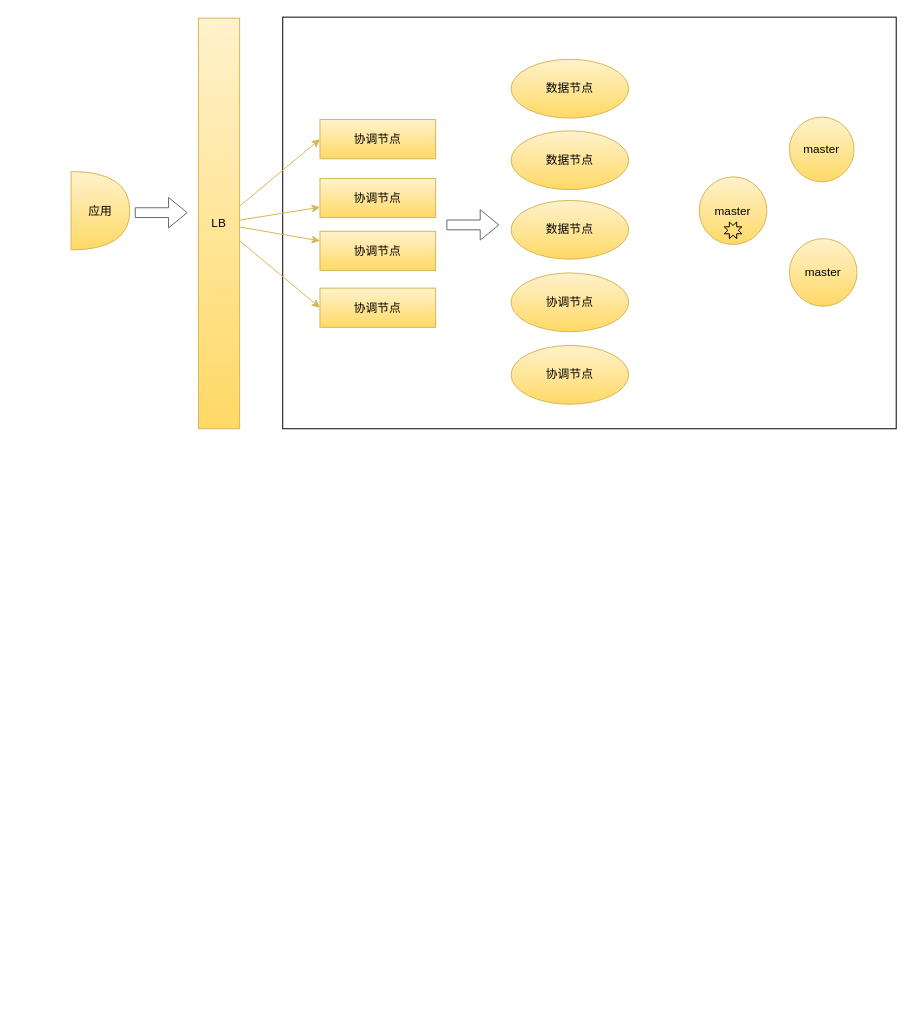
Before: docs/52、elasticsearch/6-1、elasticsearch管理与调优/协调节点扩展部署图.drawio in ZaynJiang/ZaynJiang.github.io, a draw.io diagram. Source tidied: cells renumbered, new cells numbered last; positions are measured from the earlier drawing's top-left corner, leaving out a move shared by most shapes. Both pictures are drawn from the tidied source at 98%, with x=0, y=0 at pixel (71, 17).
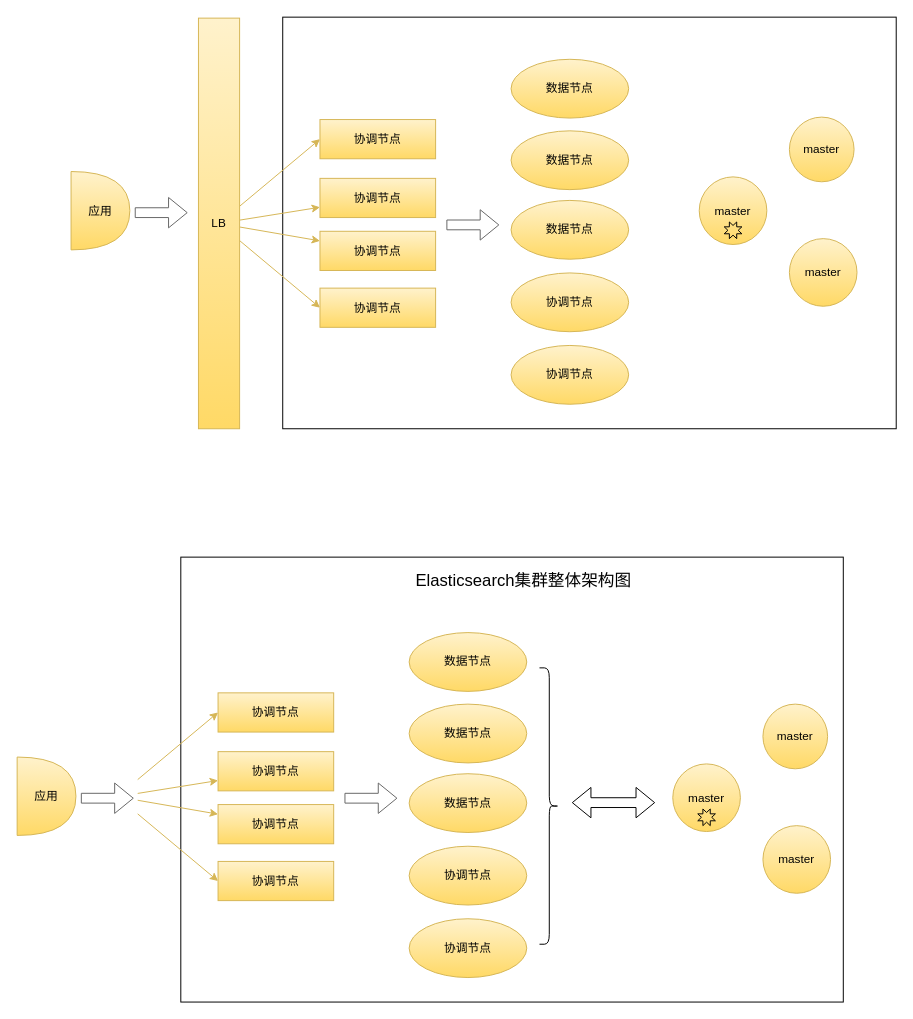
After the change.

The edit, as a diff of the source:
```diff
@@
+    <mxCell id="25" style="rounded=0;whiteSpace=wrap;html=1;fontColor=#000000;fillColor=none;strokeColor=#000000;" parent="1" vertex="1">
+      <mxGeometry x="112" y="551" width="676" height="454" as="geometry" />
+    </mxCell>
+    <mxCell id="26" value="&lt;font color=&quot;#000000&quot;&gt;协调节点&lt;/font&gt;" style="rounded=0;whiteSpace=wrap;html=1;fillColor=#fff2cc;gradientColor=#ffd966;strokeColor=#d6b656;" parent="1" vertex="1">
+      <mxGeometry x="150" y="689.5" width="118" height="40" as="geometry" />
+    </mxCell>
+    <mxCell id="27" value="&lt;font color=&quot;#000000&quot;&gt;协调节点&lt;/font&gt;" style="rounded=0;whiteSpace=wrap;html=1;fillColor=#fff2cc;gradientColor=#ffd966;strokeColor=#d6b656;" parent="1" vertex="1">
+      <mxGeometry x="150" y="749.5" width="118" height="40" as="geometry" />
+    </mxCell>
+    <mxCell id="28" value="&lt;font color=&quot;#000000&quot;&gt;协调节点&lt;/font&gt;" style="rounded=0;whiteSpace=wrap;html=1;fillColor=#fff2cc;gradientColor=#ffd966;strokeColor=#d6b656;" parent="1" vertex="1">
+      <mxGeometry x="150" y="803.5" width="118" height="40" as="geometry" />
+    </mxCell>
+    <mxCell id="29" value="&lt;font color=&quot;#000000&quot;&gt;协调节点&lt;/font&gt;" style="rounded=0;whiteSpace=wrap;html=1;fillColor=#fff2cc;gradientColor=#ffd966;strokeColor=#d6b656;" parent="1" vertex="1">
+      <mxGeometry x="150" y="861.5" width="118" height="40" as="geometry" />
+    </mxCell>
+    <mxCell id="30" value="&lt;span style=&quot;color: rgb(0 , 0 , 0)&quot;&gt;数据节点&lt;/span&gt;" style="ellipse;whiteSpace=wrap;html=1;fillColor=#fff2cc;strokeColor=#d6b656;rounded=0;gradientColor=#ffd966;" parent="1" vertex="1">
+      <mxGeometry x="345" y="628" width="120" height="60" as="geometry" />
+    </mxCell>
+    <mxCell id="31" value="&lt;span style=&quot;color: rgb(0 , 0 , 0)&quot;&gt;数据节点&lt;/span&gt;" style="ellipse;whiteSpace=wrap;html=1;fillColor=#fff2cc;strokeColor=#d6b656;rounded=0;gradientColor=#ffd966;" parent="1" vertex="1">
+      <mxGeometry x="345" y="772" width="120" height="60" as="geometry" />
+    </mxCell>
+    <mxCell id="32" value="&lt;span style=&quot;color: rgb(0 , 0 , 0)&quot;&gt;数据节点&lt;/span&gt;" style="ellipse;whiteSpace=wrap;html=1;fillColor=#fff2cc;strokeColor=#d6b656;rounded=0;gradientColor=#ffd966;" parent="1" vertex="1">
+      <mxGeometry x="345" y="701" width="120" height="60" as="geometry" />
+    </mxCell>
+    <mxCell id="33" value="&lt;span style=&quot;color: rgb(0 , 0 , 0)&quot;&gt;协调节点&lt;/span&gt;" style="ellipse;whiteSpace=wrap;html=1;fillColor=#fff2cc;strokeColor=#d6b656;rounded=0;gradientColor=#ffd966;" parent="1" vertex="1">
+      <mxGeometry x="345" y="846" width="120" height="60" as="geometry" />
+    </mxCell>
+    <mxCell id="34" value="&lt;span style=&quot;color: rgb(0 , 0 , 0)&quot;&gt;协调节点&lt;/span&gt;" style="ellipse;whiteSpace=wrap;html=1;fillColor=#fff2cc;strokeColor=#d6b656;rounded=0;gradientColor=#ffd966;" parent="1" vertex="1">
+      <mxGeometry x="345" y="920" width="120" height="60" as="geometry" />
+    </mxCell>
+    <mxCell id="35" value="&lt;font color=&quot;#000000&quot;&gt;master&lt;/font&gt;" style="ellipse;whiteSpace=wrap;html=1;fillColor=#fff2cc;gradientColor=#ffd966;strokeColor=#d6b656;" parent="1" vertex="1">
+      <mxGeometry x="706" y="701" width="66" height="66" as="geometry" />
+    </mxCell>
+    <mxCell id="36" value="&lt;font color=&quot;#000000&quot;&gt;master&lt;/font&gt;" style="ellipse;whiteSpace=wrap;html=1;fillColor=#fff2cc;gradientColor=#ffd966;strokeColor=#d6b656;" parent="1" vertex="1">
+      <mxGeometry x="614" y="762" width="69" height="69" as="geometry" />
+    </mxCell>
+    <mxCell id="37" value="&lt;font color=&quot;#000000&quot;&gt;master&lt;/font&gt;" style="ellipse;whiteSpace=wrap;html=1;fillColor=#fff2cc;gradientColor=#ffd966;strokeColor=#d6b656;" parent="1" vertex="1">
+      <mxGeometry x="706" y="825" width="69" height="69" as="geometry" />
+    </mxCell>
+    <mxCell id="38" style="verticalLabelPosition=bottom;verticalAlign=top;html=1;shape=mxgraph.basic.8_point_star;fontColor=#000000;strokeColor=#000000;fillColor=none;" parent="1" vertex="1">
+      <mxGeometry x="639.5" y="808" width="18" height="17" as="geometry" />
+    </mxCell>
+    <mxCell id="39" style="shape=flexArrow;endArrow=classic;html=1;fontColor=#000000;strokeColor=#666666;" parent="1" edge="1">
+      <mxGeometry relative="1" as="geometry">
+        <mxPoint x="279" y="797" as="sourcePoint" />
+        <mxPoint x="333" y="797" as="targetPoint" />
+      </mxGeometry>
+    </mxCell>
+    <mxCell id="40" style="edgeStyle=none;html=1;entryX=0;entryY=0.5;entryDx=0;entryDy=0;fillColor=#fff2cc;gradientColor=#ffd966;strokeColor=#d6b656;" parent="1" edge="1" target="26">
+      <mxGeometry relative="1" as="geometry">
+        <mxPoint x="68" y="778" as="sourcePoint" />
+      </mxGeometry>
+    </mxCell>
+    <mxCell id="41" style="edgeStyle=none;html=1;fillColor=#fff2cc;gradientColor=#ffd966;strokeColor=#d6b656;" parent="1" edge="1" target="27">
+      <mxGeometry relative="1" as="geometry">
+        <mxPoint x="68" y="792.1" as="sourcePoint" />
+      </mxGeometry>
+    </mxCell>
+    <mxCell id="42" style="edgeStyle=none;html=1;fillColor=#fff2cc;gradientColor=#ffd966;strokeColor=#d6b656;" parent="1" edge="1" target="28">
+      <mxGeometry relative="1" as="geometry">
+        <mxPoint x="68" y="799.1" as="sourcePoint" />
+      </mxGeometry>
+    </mxCell>
+    <mxCell id="43" style="edgeStyle=none;html=1;entryX=0;entryY=0.5;entryDx=0;entryDy=0;fillColor=#fff2cc;gradientColor=#ffd966;strokeColor=#d6b656;" parent="1" edge="1" target="29">
+      <mxGeometry relative="1" as="geometry">
+        <mxPoint x="68" y="813" as="sourcePoint" />
+      </mxGeometry>
+    </mxCell>
+    <mxCell id="44" style="shape=flexArrow;endArrow=classic;html=1;fontColor=#000000;strokeColor=#666666;" parent="1" edge="1">
+      <mxGeometry relative="1" as="geometry">
+        <mxPoint x="10" y="797" as="sourcePoint" />
+        <mxPoint x="64" y="797" as="targetPoint" />
+      </mxGeometry>
+    </mxCell>
+    <mxCell id="45" value="&lt;font color=&quot;#000000&quot;&gt;应用&lt;/font&gt;" style="shape=or;whiteSpace=wrap;html=1;fillColor=#fff2cc;gradientColor=#ffd966;strokeColor=#d6b656;" parent="1" vertex="1">
+      <mxGeometry x="-55" y="755" width="60" height="80" as="geometry" />
+    </mxCell>
+    <mxCell id="46" value="&lt;font style=&quot;font-size: 17px;&quot;&gt;Elasticsearch集群整体架构图&lt;/font&gt;" style="text;html=1;align=center;verticalAlign=middle;whiteSpace=wrap;rounded=0;strokeWidth=4;" parent="1" vertex="1">
+      <mxGeometry x="339" y="561" width="246" height="30" as="geometry" />
+    </mxCell>
+    <mxCell id="47" style="shape=curlyBracket;whiteSpace=wrap;html=1;rounded=1;flipH=1;labelPosition=right;verticalLabelPosition=middle;align=left;verticalAlign=middle;" parent="1" vertex="1">
+      <mxGeometry x="478" y="664" width="20" height="282" as="geometry" />
+    </mxCell>
+    <mxCell id="48" style="shape=flexArrow;endArrow=classic;startArrow=classic;html=1;rounded=0;" parent="1" edge="1">
+      <mxGeometry relative="1" as="geometry">
+        <mxPoint x="511" y="801.5" as="sourcePoint" />
+        <mxPoint x="596" y="801.5" as="targetPoint" />
+      </mxGeometry>
+    </mxCell>
```
